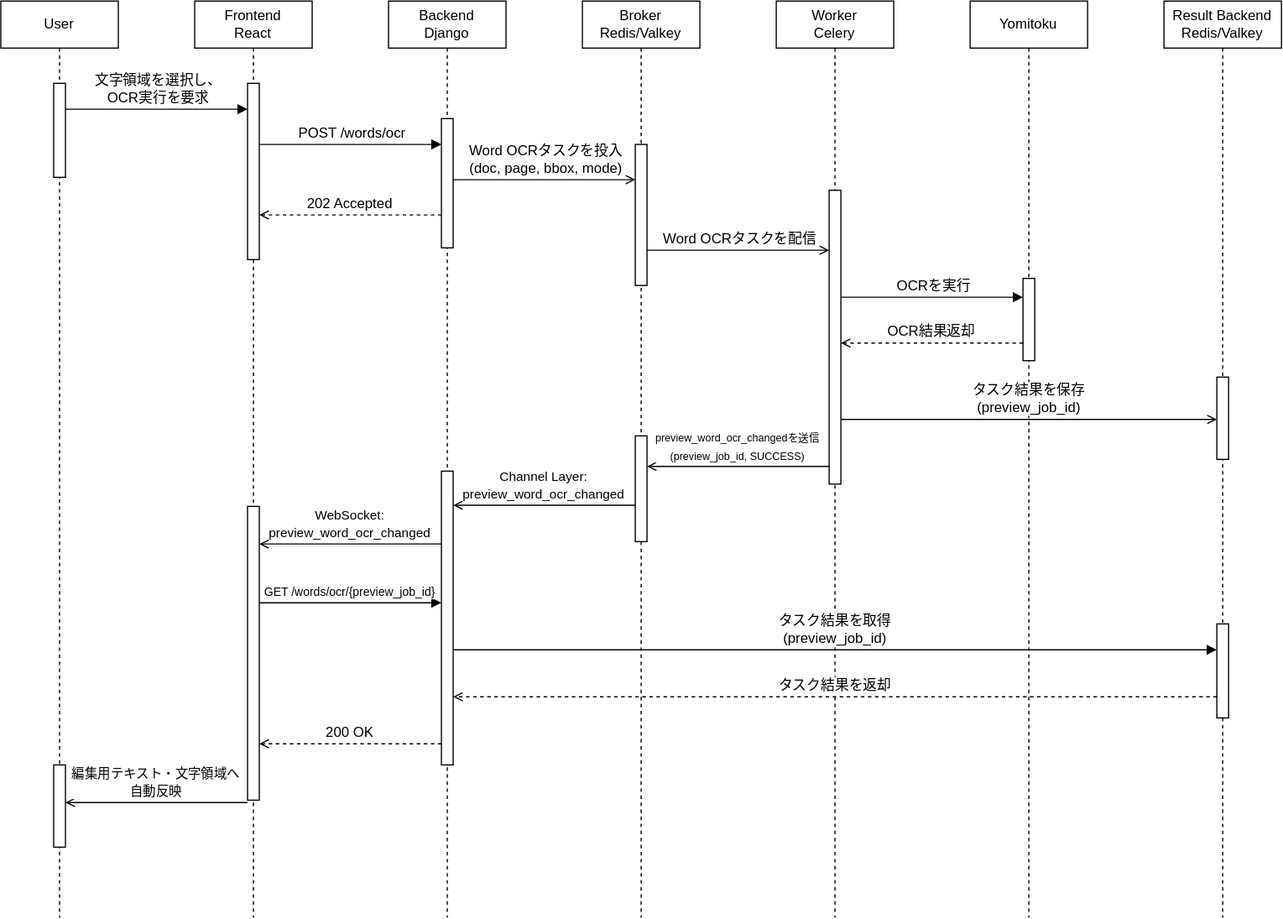
Before: docs/diagrams/sequence_WordOCR.drawio.svg, a diagram exported from draw.io (akazawaya/OCR-A). Source tidied: cells renumbered, new cells last; positions are measured from the earlier drawing's top-left corner, leaving out a move shared by most shapes. Its diagram source:
```xml
<mxGraphModel>
  <root>
    <mxCell id="0" />
    <mxCell id="1" parent="0" />
    <mxCell id="2" value="User" style="shape=umlLifeline;perimeter=lifelinePerimeter;whiteSpace=wrap;html=1;newEdgeStyle={&quot;edgeStyle&quot;:&quot;elbowEdgeStyle&quot;,&quot;elbow&quot;:&quot;vertical&quot;,&quot;curved&quot;:0,&quot;rounded&quot;:0};fontStyle=0;" parent="1" vertex="1">
      <mxGeometry width="100" height="780" as="geometry" />
    </mxCell>
    <mxCell id="3" style="html=1;perimeter=orthogonalPerimeter;targetShapes=umlLifeline;" parent="2" vertex="1">
      <mxGeometry x="45" y="70" width="10" height="80" as="geometry" />
    </mxCell>
    <mxCell id="4" style="html=1;perimeter=orthogonalPerimeter;targetShapes=umlLifeline;" parent="2" vertex="1">
      <mxGeometry x="45" y="650" width="10" height="70" as="geometry" />
    </mxCell>
    <mxCell id="5" value="Frontend&lt;br&gt;React" style="shape=umlLifeline;perimeter=lifelinePerimeter;whiteSpace=wrap;html=1;newEdgeStyle={&quot;edgeStyle&quot;:&quot;elbowEdgeStyle&quot;,&quot;elbow&quot;:&quot;vertical&quot;,&quot;curved&quot;:0,&quot;rounded&quot;:0};fontStyle=0;" parent="1" vertex="1">
      <mxGeometry x="165" width="100" height="780" as="geometry" />
    </mxCell>
    <mxCell id="6" style="html=1;perimeter=orthogonalPerimeter;targetShapes=umlLifeline;" parent="5" vertex="1">
      <mxGeometry x="45" y="70" width="10" height="150" as="geometry" />
    </mxCell>
    <mxCell id="7" style="html=1;perimeter=orthogonalPerimeter;targetShapes=umlLifeline;" parent="5" vertex="1">
      <mxGeometry x="45" y="430" width="10" height="250" as="geometry" />
    </mxCell>
    <mxCell id="8" value="Backend&lt;br&gt;Django" style="shape=umlLifeline;perimeter=lifelinePerimeter;whiteSpace=wrap;html=1;newEdgeStyle={&quot;edgeStyle&quot;:&quot;elbowEdgeStyle&quot;,&quot;elbow&quot;:&quot;vertical&quot;,&quot;curved&quot;:0,&quot;rounded&quot;:0};fontStyle=0;" parent="1" vertex="1">
      <mxGeometry x="330" width="100" height="780" as="geometry" />
    </mxCell>
    <mxCell id="9" style="html=1;perimeter=orthogonalPerimeter;targetShapes=umlLifeline;" parent="8" vertex="1">
      <mxGeometry x="45" y="100" width="10" height="110" as="geometry" />
    </mxCell>
    <mxCell id="10" style="html=1;perimeter=orthogonalPerimeter;targetShapes=umlLifeline;" parent="8" vertex="1">
      <mxGeometry x="45" y="400" width="10" height="250" as="geometry" />
    </mxCell>
    <mxCell id="11" value="Broker&lt;br&gt;Redis/Valkey" style="shape=umlLifeline;perimeter=lifelinePerimeter;whiteSpace=wrap;html=1;newEdgeStyle={&quot;edgeStyle&quot;:&quot;elbowEdgeStyle&quot;,&quot;elbow&quot;:&quot;vertical&quot;,&quot;curved&quot;:0,&quot;rounded&quot;:0};fontStyle=0;" parent="1" vertex="1">
      <mxGeometry x="495" width="100" height="780" as="geometry" />
    </mxCell>
    <mxCell id="12" style="html=1;perimeter=orthogonalPerimeter;targetShapes=umlLifeline;" parent="11" vertex="1">
      <mxGeometry x="45" y="122" width="10" height="120" as="geometry" />
    </mxCell>
    <mxCell id="13" style="html=1;perimeter=orthogonalPerimeter;targetShapes=umlLifeline;" parent="11" vertex="1">
      <mxGeometry x="45" y="370" width="10" height="90" as="geometry" />
    </mxCell>
    <mxCell id="14" value="Worker&lt;br&gt;Celery" style="shape=umlLifeline;perimeter=lifelinePerimeter;whiteSpace=wrap;html=1;newEdgeStyle={&quot;edgeStyle&quot;:&quot;elbowEdgeStyle&quot;,&quot;elbow&quot;:&quot;vertical&quot;,&quot;curved&quot;:0,&quot;rounded&quot;:0};fontStyle=0;" parent="1" vertex="1">
      <mxGeometry x="660" width="100" height="780" as="geometry" />
    </mxCell>
    <mxCell id="15" style="html=1;perimeter=orthogonalPerimeter;targetShapes=umlLifeline;" parent="14" vertex="1">
      <mxGeometry x="45" y="161" width="10" height="250" as="geometry" />
    </mxCell>
    <mxCell id="16" value="Yomitoku" style="shape=umlLifeline;perimeter=lifelinePerimeter;whiteSpace=wrap;html=1;newEdgeStyle={&quot;edgeStyle&quot;:&quot;elbowEdgeStyle&quot;,&quot;elbow&quot;:&quot;vertical&quot;,&quot;curved&quot;:0,&quot;rounded&quot;:0};fontStyle=0;" parent="1" vertex="1">
      <mxGeometry x="825" width="100" height="780" as="geometry" />
    </mxCell>
    <mxCell id="17" style="html=1;perimeter=orthogonalPerimeter;targetShapes=umlLifeline;" parent="16" vertex="1">
      <mxGeometry x="45" y="236" width="10" height="70" as="geometry" />
    </mxCell>
    <mxCell id="18" value="Result Backend&lt;br&gt;Redis/Valkey" style="shape=umlLifeline;perimeter=lifelinePerimeter;whiteSpace=wrap;html=1;newEdgeStyle={&quot;edgeStyle&quot;:&quot;elbowEdgeStyle&quot;,&quot;elbow&quot;:&quot;vertical&quot;,&quot;curved&quot;:0,&quot;rounded&quot;:0};fontStyle=0;" parent="1" vertex="1">
      <mxGeometry x="990" width="100" height="780" as="geometry" />
    </mxCell>
    <mxCell id="19" style="html=1;perimeter=orthogonalPerimeter;targetShapes=umlLifeline;" parent="18" vertex="1">
      <mxGeometry x="45" y="320" width="10" height="70" as="geometry" />
    </mxCell>
    <mxCell id="20" style="html=1;perimeter=orthogonalPerimeter;targetShapes=umlLifeline;" parent="18" vertex="1">
      <mxGeometry x="45" y="530" width="10" height="80" as="geometry" />
    </mxCell>
    <mxCell id="21" value="文字領域を選択し、&lt;br&gt;OCR実行を要求" style="html=1;verticalAlign=bottom;endArrow=block;edgeStyle=none;rounded=0;fontSize=12;" parent="1" edge="1">
      <mxGeometry x="0.01" relative="1" as="geometry">
        <mxPoint x="55" y="92" as="sourcePoint" />
        <mxPoint x="210" y="92" as="targetPoint" />
      </mxGeometry>
    </mxCell>
    <mxCell id="22" value="POST /words/ocr" style="html=1;verticalAlign=bottom;endArrow=block;edgeStyle=none;rounded=0;fontSize=12;" parent="1" edge="1">
      <mxGeometry relative="1" as="geometry">
        <mxPoint x="220" y="122" as="sourcePoint" />
        <mxPoint x="375" y="122" as="targetPoint" />
      </mxGeometry>
    </mxCell>
    <mxCell id="23" value="Word OCRタスクを投入&lt;br&gt;(doc, page, bbox, mode)" style="html=1;verticalAlign=bottom;endArrow=open;edgeStyle=none;rounded=0;fontSize=12;" parent="1" edge="1">
      <mxGeometry relative="1" as="geometry">
        <mxPoint x="385" y="152" as="sourcePoint" />
        <mxPoint x="540" y="152" as="targetPoint" />
      </mxGeometry>
    </mxCell>
    <mxCell id="24" value="202 Accepted" style="html=1;verticalAlign=bottom;endArrow=open;dashed=1;edgeStyle=none;rounded=0;fontSize=12;" parent="1" edge="1">
      <mxGeometry relative="1" as="geometry">
        <mxPoint x="375" y="182" as="sourcePoint" />
        <mxPoint x="220" y="182" as="targetPoint" />
      </mxGeometry>
    </mxCell>
    <mxCell id="25" value="Word OCRタスクを配信" style="html=1;verticalAlign=bottom;endArrow=open;edgeStyle=none;rounded=0;fontSize=12;" parent="1" edge="1">
      <mxGeometry x="0.01" relative="1" as="geometry">
        <mxPoint x="550" y="212" as="sourcePoint" />
        <mxPoint x="705" y="212" as="targetPoint" />
      </mxGeometry>
    </mxCell>
    <mxCell id="26" value="OCRを実行" style="html=1;verticalAlign=bottom;endArrow=block;edgeStyle=none;rounded=0;fontSize=12;" parent="1" edge="1">
      <mxGeometry relative="1" as="geometry">
        <mxPoint x="715" y="252" as="sourcePoint" />
        <mxPoint x="870" y="252" as="targetPoint" />
      </mxGeometry>
    </mxCell>
    <mxCell id="27" value="OCR結果返却" style="html=1;verticalAlign=bottom;endArrow=open;dashed=1;edgeStyle=none;rounded=0;fontSize=12;" parent="1" edge="1">
      <mxGeometry relative="1" as="geometry">
        <mxPoint x="870" y="291" as="sourcePoint" />
        <mxPoint x="715" y="291" as="targetPoint" />
      </mxGeometry>
    </mxCell>
    <mxCell id="28" value="タスク結果を保存&lt;br&gt;(preview_job_id)" style="html=1;verticalAlign=bottom;endArrow=open;edgeStyle=none;rounded=0;fontSize=12;" parent="1" edge="1">
      <mxGeometry relative="1" as="geometry">
        <mxPoint x="715" y="356" as="sourcePoint" />
        <mxPoint x="1035" y="356" as="targetPoint" />
      </mxGeometry>
    </mxCell>
    <mxCell id="29" value="&lt;font style=&quot;font-size: 9px;&quot;&gt;preview_word_ocr_changedを送信&lt;br&gt;(preview_job_id, SUCCESS)&lt;/font&gt;" style="html=1;verticalAlign=bottom;endArrow=open;edgeStyle=none;rounded=0;fontSize=12;" parent="1" edge="1">
      <mxGeometry relative="1" as="geometry">
        <mxPoint x="705" y="396" as="sourcePoint" />
        <mxPoint x="550" y="396" as="targetPoint" />
      </mxGeometry>
    </mxCell>
    <mxCell id="30" value="&lt;font style=&quot;font-size: 11px;&quot;&gt;Channel Layer:&lt;br&gt;preview_word_ocr_changed&lt;/font&gt;" style="html=1;verticalAlign=bottom;endArrow=open;edgeStyle=none;rounded=0;fontSize=12;" parent="1" edge="1">
      <mxGeometry relative="1" as="geometry">
        <mxPoint x="540" y="429" as="sourcePoint" />
        <mxPoint x="385" y="429" as="targetPoint" />
      </mxGeometry>
    </mxCell>
    <mxCell id="31" value="&lt;font style=&quot;font-size: 11px;&quot;&gt;WebSocket:&lt;br&gt;preview_word_ocr_changed&lt;/font&gt;" style="html=1;verticalAlign=bottom;endArrow=open;edgeStyle=none;rounded=0;fontSize=12;" parent="1" edge="1">
      <mxGeometry relative="1" as="geometry">
        <mxPoint x="375" y="462" as="sourcePoint" />
        <mxPoint x="220" y="462" as="targetPoint" />
      </mxGeometry>
    </mxCell>
    <mxCell id="32" value="&lt;font style=&quot;font-size: 10px;&quot;&gt;GET /words/ocr/{preview_job_id}&lt;/font&gt;" style="html=1;verticalAlign=bottom;endArrow=block;edgeStyle=none;rounded=0;fontSize=12;" parent="1" edge="1">
      <mxGeometry relative="1" as="geometry">
        <mxPoint x="220" y="512" as="sourcePoint" />
        <mxPoint x="375" y="512" as="targetPoint" />
      </mxGeometry>
    </mxCell>
    <mxCell id="33" value="タスク結果を取得&lt;br&gt;(preview_job_id)" style="html=1;verticalAlign=bottom;endArrow=block;edgeStyle=none;rounded=0;fontSize=12;" parent="1" edge="1">
      <mxGeometry relative="1" as="geometry">
        <mxPoint x="385" y="552" as="sourcePoint" />
        <mxPoint x="1035" y="552" as="targetPoint" />
      </mxGeometry>
    </mxCell>
    <mxCell id="34" value="タスク結果を返却" style="html=1;verticalAlign=bottom;endArrow=open;dashed=1;edgeStyle=none;rounded=0;fontSize=12;" parent="1" edge="1">
      <mxGeometry relative="1" as="geometry">
        <mxPoint x="1035" y="592" as="sourcePoint" />
        <mxPoint x="385" y="592" as="targetPoint" />
      </mxGeometry>
    </mxCell>
    <mxCell id="35" value="200 OK" style="html=1;verticalAlign=bottom;endArrow=open;dashed=1;edgeStyle=none;rounded=0;fontSize=12;" parent="1" edge="1">
      <mxGeometry relative="1" as="geometry">
        <mxPoint x="375" y="632" as="sourcePoint" />
        <mxPoint x="220" y="632" as="targetPoint" />
      </mxGeometry>
    </mxCell>
    <mxCell id="36" value="&lt;font style=&quot;font-size: 11px;&quot;&gt;編集用テキスト・文字領域へ&lt;br&gt;自動反映&lt;/font&gt;" style="html=1;verticalAlign=bottom;endArrow=open;edgeStyle=none;rounded=0;fontSize=12;" parent="1" edge="1">
      <mxGeometry relative="1" as="geometry">
        <mxPoint x="210" y="682" as="sourcePoint" />
        <mxPoint x="55" y="682" as="targetPoint" />
      </mxGeometry>
    </mxCell>
  </root>
</mxGraphModel>
```
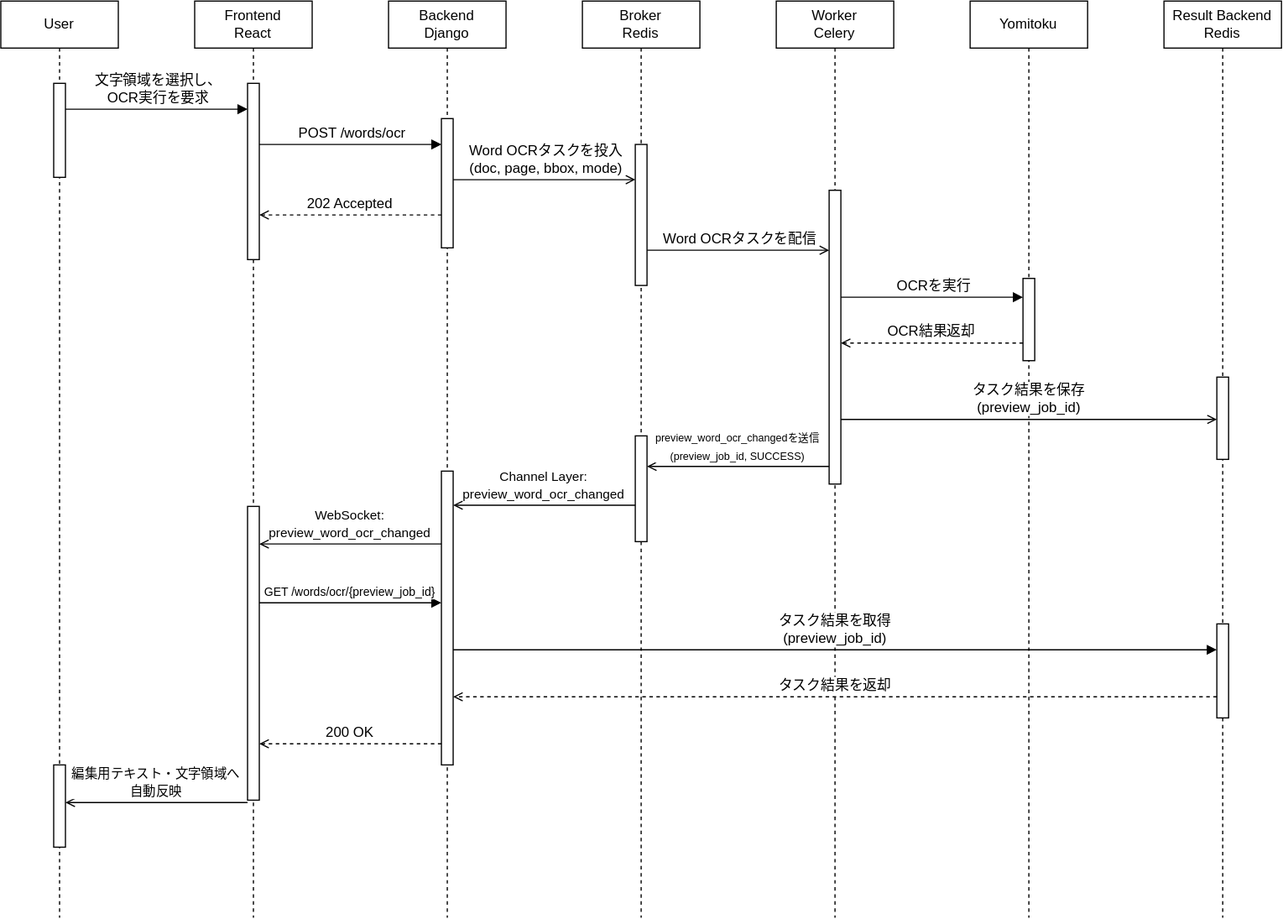
The same diagram one commit later.

Diff of the diagram source:
```diff
@@ -29,7 +29,7 @@
     <mxCell id="10" style="html=1;perimeter=orthogonalPerimeter;targetShapes=umlLifeline;" parent="8" vertex="1">
       <mxGeometry x="45" y="400" width="10" height="250" as="geometry" />
     </mxCell>
-    <mxCell id="11" value="Broker&lt;br&gt;Redis/Valkey" style="shape=umlLifeline;perimeter=lifelinePerimeter;whiteSpace=wrap;html=1;newEdgeStyle={&quot;edgeStyle&quot;:&quot;elbowEdgeStyle&quot;,&quot;elbow&quot;:&quot;vertical&quot;,&quot;curved&quot;:0,&quot;rounded&quot;:0};fontStyle=0;" parent="1" vertex="1">
+    <mxCell id="11" value="Broker&lt;br&gt;Redis" style="shape=umlLifeline;perimeter=lifelinePerimeter;whiteSpace=wrap;html=1;newEdgeStyle={&quot;edgeStyle&quot;:&quot;elbowEdgeStyle&quot;,&quot;elbow&quot;:&quot;vertical&quot;,&quot;curved&quot;:0,&quot;rounded&quot;:0};fontStyle=0;" parent="1" vertex="1">
       <mxGeometry x="495" width="100" height="780" as="geometry" />
     </mxCell>
     <mxCell id="12" style="html=1;perimeter=orthogonalPerimeter;targetShapes=umlLifeline;" parent="11" vertex="1">
@@ -50,7 +50,7 @@
     <mxCell id="17" style="html=1;perimeter=orthogonalPerimeter;targetShapes=umlLifeline;" parent="16" vertex="1">
       <mxGeometry x="45" y="236" width="10" height="70" as="geometry" />
     </mxCell>
-    <mxCell id="18" value="Result Backend&lt;br&gt;Redis/Valkey" style="shape=umlLifeline;perimeter=lifelinePerimeter;whiteSpace=wrap;html=1;newEdgeStyle={&quot;edgeStyle&quot;:&quot;elbowEdgeStyle&quot;,&quot;elbow&quot;:&quot;vertical&quot;,&quot;curved&quot;:0,&quot;rounded&quot;:0};fontStyle=0;" parent="1" vertex="1">
+    <mxCell id="18" value="Result Backend&lt;br&gt;Redis" style="shape=umlLifeline;perimeter=lifelinePerimeter;whiteSpace=wrap;html=1;newEdgeStyle={&quot;edgeStyle&quot;:&quot;elbowEdgeStyle&quot;,&quot;elbow&quot;:&quot;vertical&quot;,&quot;curved&quot;:0,&quot;rounded&quot;:0};fontStyle=0;" parent="1" vertex="1">
       <mxGeometry x="990" width="100" height="780" as="geometry" />
     </mxCell>
     <mxCell id="19" style="html=1;perimeter=orthogonalPerimeter;targetShapes=umlLifeline;" parent="18" vertex="1">
```
